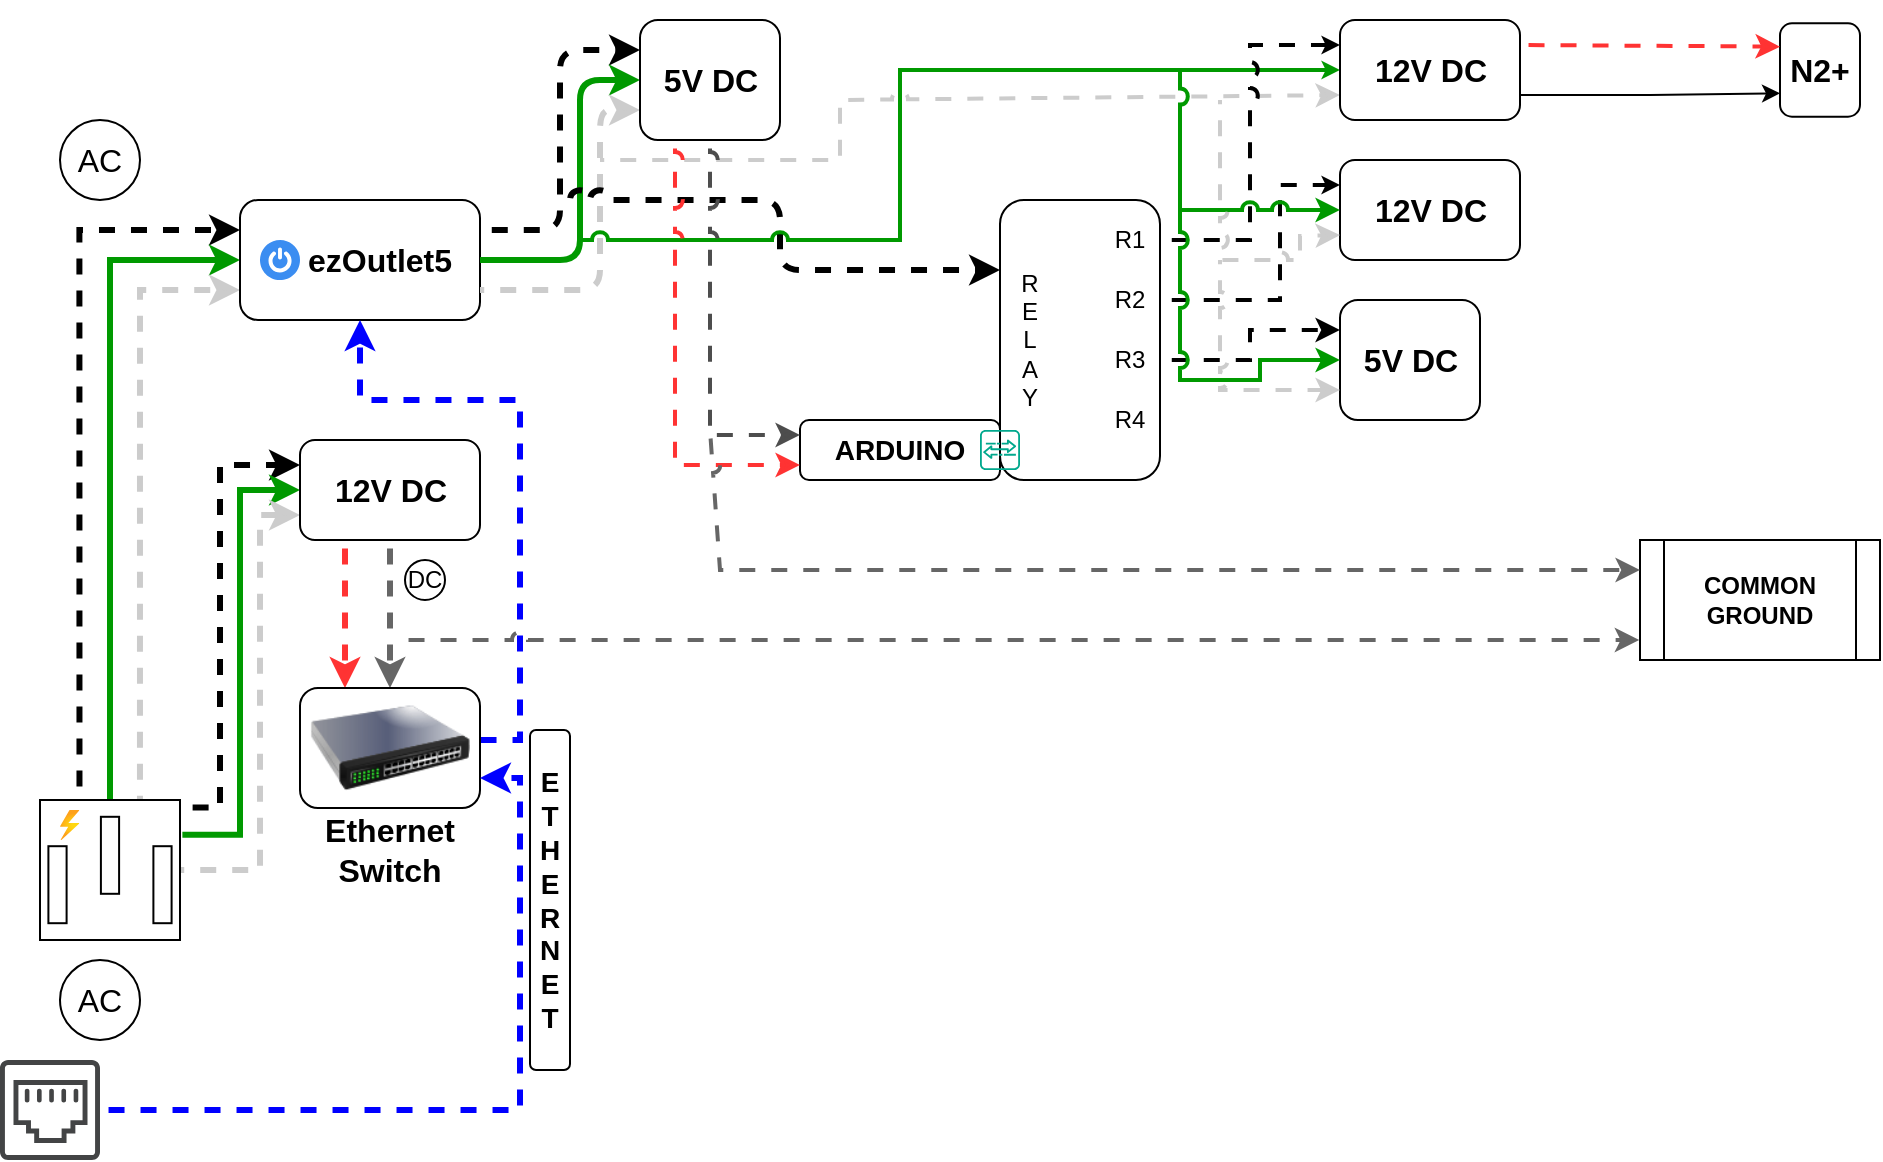
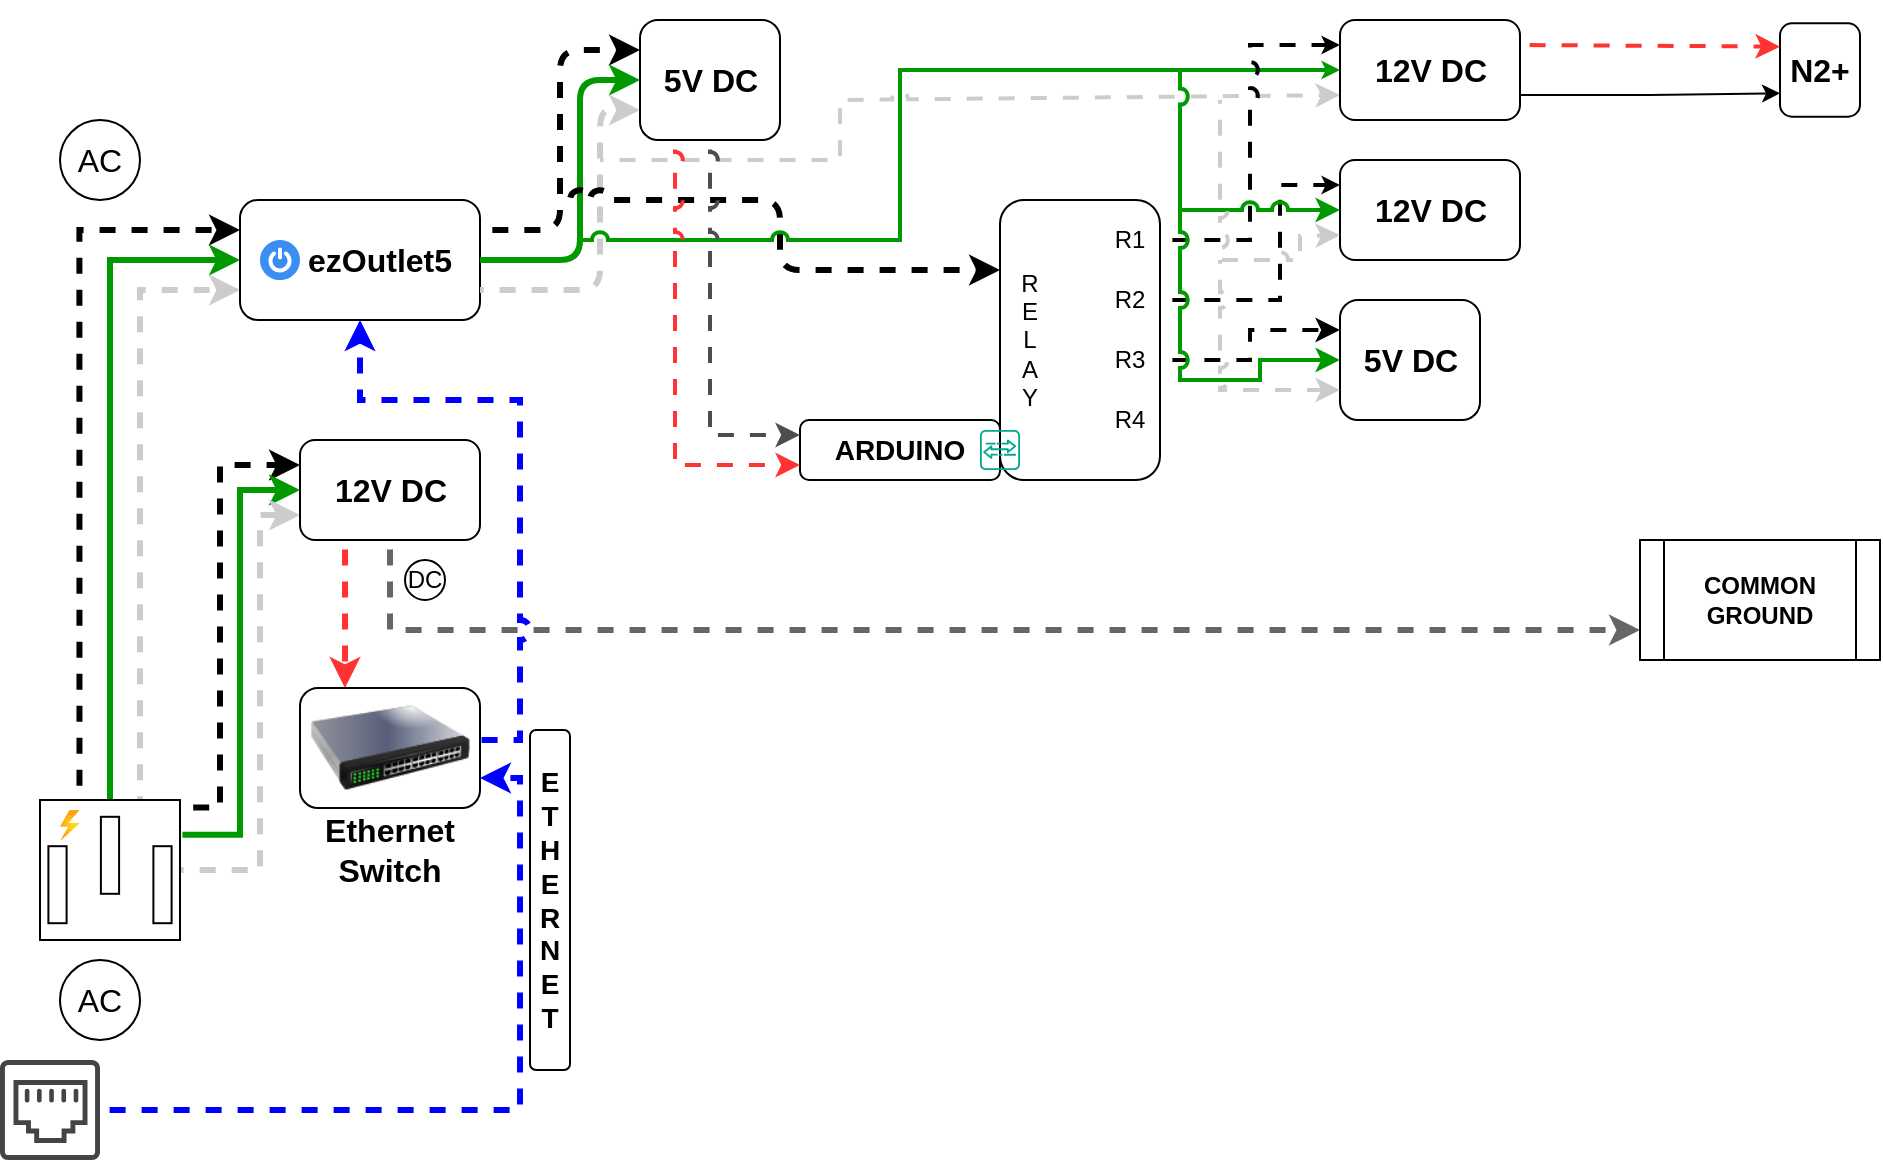
<mxfile host="app.diagrams.net" agent="Mozilla/5.0 (Windows NT 10.0; Win64; x64) AppleWebKit/537.36 (KHTML, like Gecko) Chrome/131.0.0.0 Safari/537.36 Edg/131.0.0.0" version="25.0.3">
  <diagram name="Page-1" id="VlRkN-xOVygPYa-iD9Ir">
    <mxGraphModel dx="724" dy="454" grid="1" gridSize="10" guides="1" tooltips="1" connect="1" arrows="1" fold="1" page="1" pageScale="1" pageWidth="1600" pageHeight="900" background="none" math="0" shadow="0">
      <root>
        <mxCell id="0" />
        <mxCell id="1" parent="0" />
        <mxCell id="JVLtuT8sySUBbFbLTn6r-3" style="edgeStyle=orthogonalEdgeStyle;rounded=0;orthogonalLoop=1;jettySize=auto;html=1;entryX=0;entryY=0.25;entryDx=0;entryDy=0;exitX=0.282;exitY=-0.013;exitDx=0;exitDy=0;exitPerimeter=0;strokeWidth=3;flowAnimation=1;flowAnimationDirection=alternate;flowAnimationTimingFunction=ease-in-out;flowAnimationDuration=1500;jumpStyle=arc;" parent="1" source="pD8juBFKP1GN8B8eYQTb-1" target="pD8juBFKP1GN8B8eYQTb-3" edge="1">
          <mxGeometry relative="1" as="geometry" />
        </mxCell>
        <mxCell id="JVLtuT8sySUBbFbLTn6r-4" style="edgeStyle=orthogonalEdgeStyle;rounded=0;orthogonalLoop=1;jettySize=auto;html=1;exitX=0.5;exitY=0;exitDx=0;exitDy=0;exitPerimeter=0;entryX=0;entryY=0.5;entryDx=0;entryDy=0;strokeColor=#009900;strokeWidth=3;jumpStyle=arc;" parent="1" source="pD8juBFKP1GN8B8eYQTb-1" target="pD8juBFKP1GN8B8eYQTb-3" edge="1">
          <mxGeometry relative="1" as="geometry" />
        </mxCell>
        <mxCell id="JVLtuT8sySUBbFbLTn6r-5" style="edgeStyle=orthogonalEdgeStyle;rounded=0;orthogonalLoop=1;jettySize=auto;html=1;entryX=0;entryY=0.75;entryDx=0;entryDy=0;exitX=0.714;exitY=0;exitDx=0;exitDy=0;exitPerimeter=0;strokeWidth=3;strokeColor=#CCCCCC;flowAnimation=1;flowAnimationDirection=alternate-reverse;flowAnimationTimingFunction=ease-in-out;flowAnimationDuration=1500;jumpStyle=arc;" parent="1" source="pD8juBFKP1GN8B8eYQTb-1" target="pD8juBFKP1GN8B8eYQTb-3" edge="1">
          <mxGeometry relative="1" as="geometry">
            <mxPoint x="120" y="320" as="targetPoint" />
          </mxGeometry>
        </mxCell>
        <mxCell id="JVLtuT8sySUBbFbLTn6r-6" style="edgeStyle=orthogonalEdgeStyle;rounded=0;orthogonalLoop=1;jettySize=auto;html=1;entryX=0;entryY=0.25;entryDx=0;entryDy=0;exitX=1.006;exitY=0.054;exitDx=0;exitDy=0;exitPerimeter=0;strokeWidth=3;flowAnimation=1;flowAnimationDirection=alternate;flowAnimationTimingFunction=ease-in-out;flowAnimationDuration=1500;jumpStyle=arc;" parent="1" source="pD8juBFKP1GN8B8eYQTb-1" target="pD8juBFKP1GN8B8eYQTb-24" edge="1">
          <mxGeometry relative="1" as="geometry">
            <Array as="points">
              <mxPoint x="120" y="404" />
              <mxPoint x="120" y="233" />
            </Array>
          </mxGeometry>
        </mxCell>
        <mxCell id="JVLtuT8sySUBbFbLTn6r-7" style="edgeStyle=orthogonalEdgeStyle;rounded=0;orthogonalLoop=1;jettySize=auto;html=1;entryX=0;entryY=0.5;entryDx=0;entryDy=0;exitX=1.017;exitY=0.249;exitDx=0;exitDy=0;exitPerimeter=0;strokeWidth=3;strokeColor=#009900;jumpStyle=arc;" parent="1" source="pD8juBFKP1GN8B8eYQTb-1" target="pD8juBFKP1GN8B8eYQTb-24" edge="1">
          <mxGeometry relative="1" as="geometry" />
        </mxCell>
        <mxCell id="JVLtuT8sySUBbFbLTn6r-8" style="edgeStyle=orthogonalEdgeStyle;rounded=0;orthogonalLoop=1;jettySize=auto;html=1;entryX=0;entryY=0.75;entryDx=0;entryDy=0;strokeColor=#CCCCCC;strokeWidth=3;flowAnimation=1;flowAnimationDirection=alternate-reverse;flowAnimationTimingFunction=ease-in-out;flowAnimationDuration=1500;jumpStyle=arc;" parent="1" source="pD8juBFKP1GN8B8eYQTb-1" target="pD8juBFKP1GN8B8eYQTb-24" edge="1">
          <mxGeometry relative="1" as="geometry">
            <Array as="points">
              <mxPoint x="140" y="435" />
              <mxPoint x="140" y="258" />
            </Array>
          </mxGeometry>
        </mxCell>
        <mxCell id="JVLtuT8sySUBbFbLTn6r-1" value="" style="group" parent="1" vertex="1" connectable="0">
          <mxGeometry x="30" y="480" width="60" height="40" as="geometry" />
        </mxCell>
        <mxCell id="pD8juBFKP1GN8B8eYQTb-22" value="AC" style="text;html=1;align=center;verticalAlign=middle;whiteSpace=wrap;rounded=0;fontSize=16;" parent="JVLtuT8sySUBbFbLTn6r-1" vertex="1">
          <mxGeometry y="5" width="60" height="30" as="geometry" />
        </mxCell>
        <mxCell id="pD8juBFKP1GN8B8eYQTb-23" value="" style="ellipse;whiteSpace=wrap;html=1;fillColor=none;" parent="JVLtuT8sySUBbFbLTn6r-1" vertex="1">
          <mxGeometry x="10" width="40" height="40" as="geometry" />
        </mxCell>
        <mxCell id="JVLtuT8sySUBbFbLTn6r-2" value="" style="group" parent="1" vertex="1" connectable="0">
          <mxGeometry x="30" y="60" width="60" height="40" as="geometry" />
        </mxCell>
        <mxCell id="pD8juBFKP1GN8B8eYQTb-9" value="" style="ellipse;whiteSpace=wrap;html=1;fillColor=none;" parent="JVLtuT8sySUBbFbLTn6r-2" vertex="1">
          <mxGeometry x="10" width="40" height="40" as="geometry" />
        </mxCell>
        <mxCell id="pD8juBFKP1GN8B8eYQTb-11" value="AC" style="text;html=1;align=center;verticalAlign=middle;whiteSpace=wrap;rounded=0;fontSize=16;" parent="JVLtuT8sySUBbFbLTn6r-2" vertex="1">
          <mxGeometry y="5" width="60" height="30" as="geometry" />
        </mxCell>
        <mxCell id="JVLtuT8sySUBbFbLTn6r-9" value="" style="group" parent="1" vertex="1" connectable="0">
          <mxGeometry x="130" y="100" width="120" height="60" as="geometry" />
        </mxCell>
        <mxCell id="JVLtuT8sySUBbFbLTn6r-16" value="" style="group" parent="JVLtuT8sySUBbFbLTn6r-9" vertex="1" connectable="0">
          <mxGeometry width="120" height="60" as="geometry" />
        </mxCell>
        <mxCell id="pD8juBFKP1GN8B8eYQTb-3" value="" style="rounded=1;whiteSpace=wrap;html=1;" parent="JVLtuT8sySUBbFbLTn6r-16" vertex="1">
          <mxGeometry width="120" height="60" as="geometry" />
        </mxCell>
        <mxCell id="JVLtuT8sySUBbFbLTn6r-13" value="" style="sketch=0;html=1;aspect=fixed;strokeColor=none;shadow=0;fillColor=#3B8DF1;verticalAlign=top;labelPosition=center;verticalLabelPosition=bottom;shape=mxgraph.gcp2.a7_power" parent="JVLtuT8sySUBbFbLTn6r-16" vertex="1">
          <mxGeometry x="10" y="20" width="20" height="20" as="geometry" />
        </mxCell>
        <mxCell id="pD8juBFKP1GN8B8eYQTb-15" value="&lt;b&gt;ezOutlet5&lt;/b&gt;" style="text;html=1;align=center;verticalAlign=middle;whiteSpace=wrap;rounded=0;fontSize=16;" parent="JVLtuT8sySUBbFbLTn6r-16" vertex="1">
          <mxGeometry x="40" y="10" width="60" height="40" as="geometry" />
        </mxCell>
        <mxCell id="JVLtuT8sySUBbFbLTn6r-11" value="" style="group" parent="1" vertex="1" connectable="0">
          <mxGeometry x="160" y="220" width="90" height="50" as="geometry" />
        </mxCell>
        <mxCell id="JVLtuT8sySUBbFbLTn6r-72" value="" style="group" parent="JVLtuT8sySUBbFbLTn6r-11" vertex="1" connectable="0">
          <mxGeometry width="90" height="50" as="geometry" />
        </mxCell>
        <mxCell id="pD8juBFKP1GN8B8eYQTb-24" value="" style="rounded=1;whiteSpace=wrap;html=1;" parent="JVLtuT8sySUBbFbLTn6r-72" vertex="1">
          <mxGeometry width="90" height="50" as="geometry" />
        </mxCell>
        <mxCell id="JVLtuT8sySUBbFbLTn6r-10" value="&lt;font style=&quot;font-size: 16px;&quot;&gt;&lt;b&gt;12V DC&lt;/b&gt;&lt;/font&gt;" style="text;html=1;align=center;verticalAlign=middle;whiteSpace=wrap;rounded=0;" parent="JVLtuT8sySUBbFbLTn6r-72" vertex="1">
          <mxGeometry x="15.75" y="10" width="58.5" height="30" as="geometry" />
        </mxCell>
        <mxCell id="JVLtuT8sySUBbFbLTn6r-18" value="" style="group" parent="1" vertex="1" connectable="0">
          <mxGeometry x="30" y="400" width="70" height="70" as="geometry" />
        </mxCell>
        <mxCell id="pD8juBFKP1GN8B8eYQTb-1" value="" style="pointerEvents=1;verticalLabelPosition=bottom;shadow=0;dashed=0;align=center;html=1;verticalAlign=top;shape=mxgraph.electrical.miscellaneous.ac_out" parent="JVLtuT8sySUBbFbLTn6r-18" vertex="1">
          <mxGeometry width="70" height="70" as="geometry" />
        </mxCell>
        <mxCell id="JVLtuT8sySUBbFbLTn6r-12" value="" style="image;aspect=fixed;html=1;points=[];align=center;fontSize=12;image=img/lib/azure2/general/Power.svg;" parent="JVLtuT8sySUBbFbLTn6r-18" vertex="1">
          <mxGeometry x="10" y="5" width="9.72" height="15" as="geometry" />
        </mxCell>
        <mxCell id="JVLtuT8sySUBbFbLTn6r-23" style="edgeStyle=orthogonalEdgeStyle;rounded=0;orthogonalLoop=1;jettySize=auto;html=1;entryX=0.25;entryY=0;entryDx=0;entryDy=0;exitX=0.25;exitY=1;exitDx=0;exitDy=0;strokeColor=#FF3333;strokeWidth=3;flowAnimation=1;jumpStyle=arc;" parent="1" source="pD8juBFKP1GN8B8eYQTb-24" target="JVLtuT8sySUBbFbLTn6r-19" edge="1">
          <mxGeometry relative="1" as="geometry" />
        </mxCell>
        <mxCell id="JVLtuT8sySUBbFbLTn6r-28" value="" style="group" parent="1" vertex="1" connectable="0">
          <mxGeometry x="210" y="280" width="25" height="20" as="geometry" />
        </mxCell>
        <mxCell id="JVLtuT8sySUBbFbLTn6r-26" value="" style="ellipse;whiteSpace=wrap;html=1;aspect=fixed;" parent="JVLtuT8sySUBbFbLTn6r-28" vertex="1">
          <mxGeometry x="2.5" width="20" height="20" as="geometry" />
        </mxCell>
        <mxCell id="JVLtuT8sySUBbFbLTn6r-27" value="&lt;font&gt;DC&lt;/font&gt;" style="text;html=1;align=center;verticalAlign=middle;whiteSpace=wrap;rounded=0;" parent="JVLtuT8sySUBbFbLTn6r-28" vertex="1">
          <mxGeometry y="2.5" width="25" height="15" as="geometry" />
        </mxCell>
-         <mxCell id="JVLtuT8sySUBbFbLTn6r-29" style="edgeStyle=orthogonalEdgeStyle;rounded=0;orthogonalLoop=1;jettySize=auto;html=1;exitX=0.5;exitY=1;exitDx=0;exitDy=0;entryX=0.5;entryY=0;entryDx=0;entryDy=0;strokeWidth=3;flowAnimation=1;strokeColor=#666666;jumpStyle=arc;" parent="1" source="pD8juBFKP1GN8B8eYQTb-24" target="JVLtuT8sySUBbFbLTn6r-19" edge="1">
-           <mxGeometry relative="1" as="geometry" />
+         <mxCell id="JVLtuT8sySUBbFbLTn6r-29" style="edgeStyle=orthogonalEdgeStyle;rounded=0;orthogonalLoop=1;jettySize=auto;html=1;exitX=0.5;exitY=1;exitDx=0;exitDy=0;strokeWidth=3;flowAnimation=1;strokeColor=#666666;jumpStyle=arc;entryX=0;entryY=0.75;entryDx=0;entryDy=0;" parent="1" source="pD8juBFKP1GN8B8eYQTb-24" target="0aRQkGjj-KWWZOeJOGup-9" edge="1">
+           <mxGeometry relative="1" as="geometry">
+             <mxPoint x="810" y="370" as="targetPoint" />
+           </mxGeometry>
        </mxCell>
        <mxCell id="JVLtuT8sySUBbFbLTn6r-30" style="edgeStyle=orthogonalEdgeStyle;rounded=0;orthogonalLoop=1;jettySize=auto;html=1;exitX=1;exitY=0.5;exitDx=0;exitDy=0;entryX=0.5;entryY=1;entryDx=0;entryDy=0;strokeColor=#0000FF;strokeWidth=3;flowAnimation=1;jumpStyle=arc;" parent="1" source="JVLtuT8sySUBbFbLTn6r-19" target="pD8juBFKP1GN8B8eYQTb-3" edge="1">
          <mxGeometry relative="1" as="geometry">
            <Array as="points">
              <mxPoint x="270" y="370" />
              <mxPoint x="270" y="200" />
              <mxPoint x="190" y="200" />
            </Array>
          </mxGeometry>
        </mxCell>
        <mxCell id="JVLtuT8sySUBbFbLTn6r-33" value="" style="rounded=1;whiteSpace=wrap;html=1;" parent="1" vertex="1">
          <mxGeometry x="510" y="100" width="80" height="140" as="geometry" />
        </mxCell>
        <mxCell id="JVLtuT8sySUBbFbLTn6r-35" style="edgeStyle=orthogonalEdgeStyle;rounded=1;orthogonalLoop=1;jettySize=auto;html=1;exitX=1;exitY=0.25;exitDx=0;exitDy=0;entryX=0;entryY=0.25;entryDx=0;entryDy=0;curved=0;strokeWidth=3;flowAnimation=1;flowAnimationDirection=alternate;flowAnimationTimingFunction=ease-in-out;flowAnimationDuration=1500;jumpStyle=arc;" parent="1" source="pD8juBFKP1GN8B8eYQTb-3" target="JVLtuT8sySUBbFbLTn6r-34" edge="1">
          <mxGeometry relative="1" as="geometry" />
        </mxCell>
        <mxCell id="JVLtuT8sySUBbFbLTn6r-36" style="edgeStyle=orthogonalEdgeStyle;rounded=1;orthogonalLoop=1;jettySize=auto;html=1;exitX=1;exitY=0.5;exitDx=0;exitDy=0;entryX=0;entryY=0.5;entryDx=0;entryDy=0;curved=0;strokeWidth=3;strokeColor=#009900;jumpStyle=arc;" parent="1" source="pD8juBFKP1GN8B8eYQTb-3" target="JVLtuT8sySUBbFbLTn6r-34" edge="1">
          <mxGeometry relative="1" as="geometry">
            <Array as="points">
              <mxPoint x="300" y="130" />
              <mxPoint x="300" y="40" />
            </Array>
          </mxGeometry>
        </mxCell>
        <mxCell id="JVLtuT8sySUBbFbLTn6r-37" style="edgeStyle=orthogonalEdgeStyle;rounded=1;orthogonalLoop=1;jettySize=auto;html=1;exitX=1;exitY=0.75;exitDx=0;exitDy=0;entryX=0;entryY=0.75;entryDx=0;entryDy=0;curved=0;strokeColor=#CCCCCC;strokeWidth=3;flowAnimation=1;flowAnimationDirection=alternate-reverse;flowAnimationTimingFunction=ease-in-out;flowAnimationDuration=1500;jumpStyle=arc;" parent="1" source="pD8juBFKP1GN8B8eYQTb-3" target="JVLtuT8sySUBbFbLTn6r-34" edge="1">
          <mxGeometry relative="1" as="geometry">
            <Array as="points">
              <mxPoint x="310" y="145" />
              <mxPoint x="310" y="55" />
            </Array>
          </mxGeometry>
        </mxCell>
        <mxCell id="JVLtuT8sySUBbFbLTn6r-40" value="" style="endArrow=classic;html=1;rounded=1;curved=0;entryX=0;entryY=0.25;entryDx=0;entryDy=0;jumpStyle=arc;strokeWidth=3;flowAnimation=1;flowAnimationDirection=alternate;flowAnimationTimingFunction=ease-in-out;flowAnimationDuration=1500;" parent="1" target="JVLtuT8sySUBbFbLTn6r-33" edge="1">
          <mxGeometry width="50" height="50" relative="1" as="geometry">
            <mxPoint x="290" y="100" as="sourcePoint" />
            <mxPoint x="410" y="170" as="targetPoint" />
            <Array as="points">
              <mxPoint x="400" y="100" />
              <mxPoint x="400" y="135" />
            </Array>
          </mxGeometry>
        </mxCell>
        <mxCell id="JVLtuT8sySUBbFbLTn6r-51" value="" style="group" parent="1" vertex="1" connectable="0">
          <mxGeometry x="160" y="344" width="90" height="96" as="geometry" />
        </mxCell>
        <mxCell id="JVLtuT8sySUBbFbLTn6r-21" value="" style="group" parent="JVLtuT8sySUBbFbLTn6r-51" vertex="1" connectable="0">
          <mxGeometry width="90" height="70" as="geometry" />
        </mxCell>
        <mxCell id="JVLtuT8sySUBbFbLTn6r-50" value="" style="group" parent="JVLtuT8sySUBbFbLTn6r-21" vertex="1" connectable="0">
          <mxGeometry width="90" height="70" as="geometry" />
        </mxCell>
        <mxCell id="JVLtuT8sySUBbFbLTn6r-19" value="" style="rounded=1;whiteSpace=wrap;html=1;" parent="JVLtuT8sySUBbFbLTn6r-50" vertex="1">
          <mxGeometry width="90" height="60" as="geometry" />
        </mxCell>
        <mxCell id="JVLtuT8sySUBbFbLTn6r-49" value="" style="image;html=1;image=img/lib/clip_art/networking/Switch_128x128.png" parent="JVLtuT8sySUBbFbLTn6r-50" vertex="1">
          <mxGeometry x="5" y="-10" width="80" height="80" as="geometry" />
        </mxCell>
        <mxCell id="JVLtuT8sySUBbFbLTn6r-20" value="&lt;b&gt;&lt;font style=&quot;font-size: 16px;&quot;&gt;Ethernet&lt;/font&gt;&lt;/b&gt;&lt;div&gt;&lt;b&gt;&lt;font style=&quot;font-size: 16px;&quot;&gt;Switch&lt;/font&gt;&lt;/b&gt;&lt;/div&gt;" style="text;html=1;align=center;verticalAlign=middle;whiteSpace=wrap;rounded=0;" parent="JVLtuT8sySUBbFbLTn6r-51" vertex="1">
          <mxGeometry x="15" y="66" width="60" height="30" as="geometry" />
        </mxCell>
        <mxCell id="JVLtuT8sySUBbFbLTn6r-53" value="" style="group" parent="1" vertex="1" connectable="0">
          <mxGeometry x="330" y="10" width="70" height="60" as="geometry" />
        </mxCell>
        <mxCell id="JVLtuT8sySUBbFbLTn6r-71" value="" style="group" parent="JVLtuT8sySUBbFbLTn6r-53" vertex="1" connectable="0">
          <mxGeometry width="70" height="60" as="geometry" />
        </mxCell>
        <mxCell id="JVLtuT8sySUBbFbLTn6r-34" value="" style="rounded=1;whiteSpace=wrap;html=1;" parent="JVLtuT8sySUBbFbLTn6r-71" vertex="1">
          <mxGeometry width="70" height="60" as="geometry" />
        </mxCell>
        <mxCell id="JVLtuT8sySUBbFbLTn6r-52" value="&lt;font style=&quot;font-size: 16px;&quot;&gt;&lt;b&gt;5&lt;/b&gt;&lt;/font&gt;&lt;b style=&quot;font-size: 16px; background-color: initial;&quot;&gt;V DC&lt;/b&gt;" style="text;html=1;align=center;verticalAlign=middle;whiteSpace=wrap;rounded=0;" parent="JVLtuT8sySUBbFbLTn6r-71" vertex="1">
          <mxGeometry x="5.75" y="15" width="58.5" height="30" as="geometry" />
        </mxCell>
        <mxCell id="JVLtuT8sySUBbFbLTn6r-54" value="" style="endArrow=classic;html=1;rounded=0;entryX=0;entryY=0.5;entryDx=0;entryDy=0;jumpStyle=arc;strokeColor=#009900;strokeWidth=2;endSize=3;" parent="1" target="JVLtuT8sySUBbFbLTn6r-74" edge="1">
          <mxGeometry width="50" height="50" relative="1" as="geometry">
            <mxPoint x="300" y="120" as="sourcePoint" />
            <mxPoint x="350" y="80" as="targetPoint" />
            <Array as="points">
              <mxPoint x="460" y="120" />
              <mxPoint x="460" y="35" />
            </Array>
          </mxGeometry>
        </mxCell>
        <mxCell id="JVLtuT8sySUBbFbLTn6r-55" value="" style="endArrow=classic;html=1;rounded=0;entryX=0;entryY=0.75;entryDx=0;entryDy=0;strokeColor=#CCCCCC;strokeWidth=2;jumpStyle=arc;flowAnimation=1;flowAnimationDirection=alternate-reverse;flowAnimationTimingFunction=ease-in-out;flowAnimationDuration=1500;" parent="1" target="JVLtuT8sySUBbFbLTn6r-74" edge="1">
          <mxGeometry width="50" height="50" relative="1" as="geometry">
            <mxPoint x="310" y="80" as="sourcePoint" />
            <mxPoint x="350" y="140" as="targetPoint" />
            <Array as="points">
              <mxPoint x="430" y="80" />
              <mxPoint x="430" y="50" />
              <mxPoint x="520" y="50" />
            </Array>
          </mxGeometry>
        </mxCell>
        <mxCell id="JVLtuT8sySUBbFbLTn6r-56" value="R&lt;div&gt;E&lt;/div&gt;&lt;div&gt;L&lt;/div&gt;&lt;div&gt;A&lt;/div&gt;&lt;div&gt;Y&lt;/div&gt;" style="text;html=1;align=center;verticalAlign=middle;whiteSpace=wrap;rounded=0;" parent="1" vertex="1">
          <mxGeometry x="510" y="135" width="30" height="70" as="geometry" />
        </mxCell>
        <mxCell id="JVLtuT8sySUBbFbLTn6r-79" style="edgeStyle=orthogonalEdgeStyle;rounded=0;orthogonalLoop=1;jettySize=auto;html=1;exitX=1;exitY=0.5;exitDx=0;exitDy=0;entryX=0;entryY=0.25;entryDx=0;entryDy=0;strokeWidth=2;flowAnimation=1;flowAnimationDirection=alternate;flowAnimationTimingFunction=ease-in-out;flowAnimationDuration=1500;jumpStyle=arc;endSize=3;" parent="1" source="JVLtuT8sySUBbFbLTn6r-57" target="JVLtuT8sySUBbFbLTn6r-74" edge="1">
          <mxGeometry relative="1" as="geometry" />
        </mxCell>
        <mxCell id="JVLtuT8sySUBbFbLTn6r-57" value="R1" style="text;html=1;align=center;verticalAlign=middle;whiteSpace=wrap;rounded=0;" parent="1" vertex="1">
          <mxGeometry x="560" y="105" width="30" height="30" as="geometry" />
        </mxCell>
        <mxCell id="JVLtuT8sySUBbFbLTn6r-80" style="edgeStyle=orthogonalEdgeStyle;rounded=0;orthogonalLoop=1;jettySize=auto;html=1;exitX=1;exitY=0.5;exitDx=0;exitDy=0;entryX=0;entryY=0.25;entryDx=0;entryDy=0;strokeWidth=2;flowAnimation=1;flowAnimationDirection=alternate;flowAnimationTimingFunction=ease-in-out;flowAnimationDuration=1500;endSize=3;jumpStyle=arc;" parent="1" source="JVLtuT8sySUBbFbLTn6r-58" target="JVLtuT8sySUBbFbLTn6r-77" edge="1">
          <mxGeometry relative="1" as="geometry">
            <Array as="points">
              <mxPoint x="650" y="150" />
              <mxPoint x="650" y="93" />
            </Array>
          </mxGeometry>
        </mxCell>
        <mxCell id="JVLtuT8sySUBbFbLTn6r-58" value="R2" style="text;html=1;align=center;verticalAlign=middle;whiteSpace=wrap;rounded=0;" parent="1" vertex="1">
          <mxGeometry x="560" y="135" width="30" height="30" as="geometry" />
        </mxCell>
        <mxCell id="JVLtuT8sySUBbFbLTn6r-81" style="edgeStyle=orthogonalEdgeStyle;rounded=0;orthogonalLoop=1;jettySize=auto;html=1;exitX=1;exitY=0.5;exitDx=0;exitDy=0;entryX=0;entryY=0.25;entryDx=0;entryDy=0;strokeWidth=2;flowAnimation=1;flowAnimationDirection=alternate;flowAnimationTimingFunction=ease-in-out;flowAnimationDuration=1500;jumpStyle=arc;" parent="1" source="JVLtuT8sySUBbFbLTn6r-59" target="JVLtuT8sySUBbFbLTn6r-63" edge="1">
          <mxGeometry relative="1" as="geometry" />
        </mxCell>
        <mxCell id="JVLtuT8sySUBbFbLTn6r-59" value="R3" style="text;html=1;align=center;verticalAlign=middle;whiteSpace=wrap;rounded=0;" parent="1" vertex="1">
          <mxGeometry x="560" y="165" width="30" height="30" as="geometry" />
        </mxCell>
        <mxCell id="JVLtuT8sySUBbFbLTn6r-60" value="R4" style="text;html=1;align=center;verticalAlign=middle;whiteSpace=wrap;rounded=0;" parent="1" vertex="1">
          <mxGeometry x="560" y="195" width="30" height="30" as="geometry" />
        </mxCell>
        <mxCell id="JVLtuT8sySUBbFbLTn6r-67" value="" style="group" parent="1" vertex="1" connectable="0">
          <mxGeometry x="680" y="150" width="70" height="60" as="geometry" />
        </mxCell>
        <mxCell id="JVLtuT8sySUBbFbLTn6r-63" value="" style="rounded=1;whiteSpace=wrap;html=1;" parent="JVLtuT8sySUBbFbLTn6r-67" vertex="1">
          <mxGeometry width="70" height="60" as="geometry" />
        </mxCell>
        <mxCell id="JVLtuT8sySUBbFbLTn6r-62" value="" style="group" parent="JVLtuT8sySUBbFbLTn6r-67" vertex="1" connectable="0">
          <mxGeometry width="70" height="60" as="geometry" />
        </mxCell>
        <mxCell id="JVLtuT8sySUBbFbLTn6r-64" value="&lt;font style=&quot;font-size: 16px;&quot;&gt;&lt;b&gt;5&lt;/b&gt;&lt;/font&gt;&lt;b style=&quot;font-size: 16px; background-color: initial;&quot;&gt;V DC&lt;/b&gt;" style="text;html=1;align=center;verticalAlign=middle;whiteSpace=wrap;rounded=0;" parent="JVLtuT8sySUBbFbLTn6r-62" vertex="1">
          <mxGeometry x="5.75" y="15" width="58.5" height="30" as="geometry" />
        </mxCell>
        <mxCell id="JVLtuT8sySUBbFbLTn6r-73" value="" style="group" parent="1" vertex="1" connectable="0">
          <mxGeometry x="680" y="10" width="90" height="50" as="geometry" />
        </mxCell>
        <mxCell id="JVLtuT8sySUBbFbLTn6r-74" value="" style="rounded=1;whiteSpace=wrap;html=1;" parent="JVLtuT8sySUBbFbLTn6r-73" vertex="1">
          <mxGeometry width="90" height="50" as="geometry" />
        </mxCell>
        <mxCell id="JVLtuT8sySUBbFbLTn6r-75" value="&lt;font style=&quot;font-size: 16px;&quot;&gt;&lt;b&gt;12V DC&lt;/b&gt;&lt;/font&gt;" style="text;html=1;align=center;verticalAlign=middle;whiteSpace=wrap;rounded=0;" parent="JVLtuT8sySUBbFbLTn6r-73" vertex="1">
          <mxGeometry x="15.75" y="10" width="58.5" height="30" as="geometry" />
        </mxCell>
        <mxCell id="JVLtuT8sySUBbFbLTn6r-76" value="" style="group" parent="1" vertex="1" connectable="0">
          <mxGeometry x="680" y="80" width="90" height="50" as="geometry" />
        </mxCell>
        <mxCell id="JVLtuT8sySUBbFbLTn6r-77" value="" style="rounded=1;whiteSpace=wrap;html=1;" parent="JVLtuT8sySUBbFbLTn6r-76" vertex="1">
          <mxGeometry width="90" height="50" as="geometry" />
        </mxCell>
        <mxCell id="JVLtuT8sySUBbFbLTn6r-78" value="&lt;font style=&quot;font-size: 16px;&quot;&gt;&lt;b&gt;12V DC&lt;/b&gt;&lt;/font&gt;" style="text;html=1;align=center;verticalAlign=middle;whiteSpace=wrap;rounded=0;" parent="JVLtuT8sySUBbFbLTn6r-76" vertex="1">
          <mxGeometry x="15.75" y="10" width="58.5" height="30" as="geometry" />
        </mxCell>
        <mxCell id="JVLtuT8sySUBbFbLTn6r-82" value="" style="endArrow=classic;html=1;rounded=0;entryX=0;entryY=0.5;entryDx=0;entryDy=0;jumpStyle=arc;strokeColor=#009900;strokeWidth=2;" parent="1" target="JVLtuT8sySUBbFbLTn6r-77" edge="1">
          <mxGeometry width="50" height="50" relative="1" as="geometry">
            <mxPoint x="600" y="35" as="sourcePoint" />
            <mxPoint x="660" y="105" as="targetPoint" />
            <Array as="points">
              <mxPoint x="600" y="105" />
            </Array>
          </mxGeometry>
        </mxCell>
        <mxCell id="JVLtuT8sySUBbFbLTn6r-83" value="" style="endArrow=classic;html=1;rounded=0;entryX=0;entryY=0.75;entryDx=0;entryDy=0;strokeWidth=2;strokeColor=#CCCCCC;flowAnimation=1;flowAnimationTimingFunction=ease-in-out;flowAnimationDirection=alternate-reverse;jumpStyle=arc;flowAnimationDuration=1500;" parent="1" target="JVLtuT8sySUBbFbLTn6r-77" edge="1">
          <mxGeometry width="50" height="50" relative="1" as="geometry">
            <mxPoint x="620" y="50" as="sourcePoint" />
            <mxPoint x="480" y="40" as="targetPoint" />
            <Array as="points">
              <mxPoint x="620" y="130" />
              <mxPoint x="660" y="130" />
              <mxPoint x="660" y="118" />
            </Array>
          </mxGeometry>
        </mxCell>
        <mxCell id="JVLtuT8sySUBbFbLTn6r-88" value="" style="endArrow=classic;html=1;rounded=0;entryX=0;entryY=0.5;entryDx=0;entryDy=0;strokeColor=#009900;strokeWidth=2;jumpStyle=arc;" parent="1" target="JVLtuT8sySUBbFbLTn6r-63" edge="1">
          <mxGeometry width="50" height="50" relative="1" as="geometry">
            <mxPoint x="600" y="100" as="sourcePoint" />
            <mxPoint x="600" y="140" as="targetPoint" />
            <Array as="points">
              <mxPoint x="600" y="190" />
              <mxPoint x="640" y="190" />
              <mxPoint x="640" y="180" />
            </Array>
          </mxGeometry>
        </mxCell>
        <mxCell id="JVLtuT8sySUBbFbLTn6r-89" value="" style="endArrow=classic;html=1;rounded=0;entryX=0;entryY=0.75;entryDx=0;entryDy=0;strokeWidth=2;strokeColor=#CCCCCC;flowAnimation=1;jumpStyle=arc;flowAnimationTimingFunction=ease-in-out;flowAnimationDirection=alternate-reverse;flowAnimationDuration=1500;" parent="1" target="JVLtuT8sySUBbFbLTn6r-63" edge="1">
          <mxGeometry width="50" height="50" relative="1" as="geometry">
            <mxPoint x="620" y="130" as="sourcePoint" />
            <mxPoint x="600" y="100" as="targetPoint" />
            <Array as="points">
              <mxPoint x="620" y="195" />
            </Array>
          </mxGeometry>
        </mxCell>
        <mxCell id="JVLtuT8sySUBbFbLTn6r-90" value="&lt;b&gt;&lt;font style=&quot;font-size: 14px;&quot;&gt;ARDUINO&lt;/font&gt;&lt;/b&gt;" style="rounded=1;whiteSpace=wrap;html=1;" parent="1" vertex="1">
          <mxGeometry x="410" y="210" width="100" height="30" as="geometry" />
        </mxCell>
        <mxCell id="JVLtuT8sySUBbFbLTn6r-91" style="edgeStyle=orthogonalEdgeStyle;rounded=0;orthogonalLoop=1;jettySize=auto;html=1;exitX=0.25;exitY=1;exitDx=0;exitDy=0;entryX=0;entryY=0.75;entryDx=0;entryDy=0;strokeWidth=2;flowAnimation=1;strokeColor=#FF3333;jumpStyle=arc;" parent="1" source="JVLtuT8sySUBbFbLTn6r-34" target="JVLtuT8sySUBbFbLTn6r-90" edge="1">
          <mxGeometry relative="1" as="geometry" />
        </mxCell>
        <mxCell id="JVLtuT8sySUBbFbLTn6r-92" style="edgeStyle=orthogonalEdgeStyle;rounded=0;orthogonalLoop=1;jettySize=auto;html=1;exitX=0.5;exitY=1;exitDx=0;exitDy=0;entryX=0;entryY=0.25;entryDx=0;entryDy=0;strokeWidth=2;flowAnimation=1;strokeColor=#4D4D4D;jumpStyle=arc;" parent="1" source="JVLtuT8sySUBbFbLTn6r-34" target="JVLtuT8sySUBbFbLTn6r-90" edge="1">
          <mxGeometry relative="1" as="geometry" />
        </mxCell>
        <mxCell id="JVLtuT8sySUBbFbLTn6r-93" value="" style="sketch=0;outlineConnect=0;fontColor=#232F3E;gradientColor=none;fillColor=#01A88D;strokeColor=none;dashed=0;verticalLabelPosition=bottom;verticalAlign=top;align=center;html=1;fontSize=12;fontStyle=0;aspect=fixed;shape=mxgraph.aws4.agent2;" parent="1" vertex="1">
          <mxGeometry x="500" y="215" width="20" height="20" as="geometry" />
        </mxCell>
        <mxCell id="0aRQkGjj-KWWZOeJOGup-1" value="" style="endArrow=classic;html=1;rounded=0;entryX=1;entryY=0.75;entryDx=0;entryDy=0;strokeWidth=3;strokeColor=#0000FF;flowAnimation=1;jumpStyle=arc;" edge="1" parent="1" source="0aRQkGjj-KWWZOeJOGup-3" target="JVLtuT8sySUBbFbLTn6r-19">
          <mxGeometry width="50" height="50" relative="1" as="geometry">
            <mxPoint x="40" y="560" as="sourcePoint" />
            <mxPoint x="560" y="420" as="targetPoint" />
            <Array as="points">
              <mxPoint x="270" y="555" />
              <mxPoint x="270" y="389" />
            </Array>
          </mxGeometry>
        </mxCell>
        <mxCell id="0aRQkGjj-KWWZOeJOGup-2" value="" style="group" vertex="1" connectable="0" parent="1">
          <mxGeometry x="270" y="365" width="30" height="170" as="geometry" />
        </mxCell>
        <mxCell id="JVLtuT8sySUBbFbLTn6r-31" value="" style="rounded=1;whiteSpace=wrap;html=1;" parent="0aRQkGjj-KWWZOeJOGup-2" vertex="1">
          <mxGeometry x="5" width="20" height="170" as="geometry" />
        </mxCell>
        <mxCell id="JVLtuT8sySUBbFbLTn6r-32" value="&lt;b&gt;&lt;font style=&quot;font-size: 14px;&quot;&gt;E&lt;/font&gt;&lt;/b&gt;&lt;div&gt;&lt;b&gt;&lt;font style=&quot;font-size: 14px;&quot;&gt;T&lt;/font&gt;&lt;/b&gt;&lt;/div&gt;&lt;div&gt;&lt;b&gt;&lt;font style=&quot;font-size: 14px;&quot;&gt;H&lt;/font&gt;&lt;/b&gt;&lt;/div&gt;&lt;div&gt;&lt;b&gt;&lt;font style=&quot;font-size: 14px;&quot;&gt;E&lt;/font&gt;&lt;/b&gt;&lt;/div&gt;&lt;div&gt;&lt;b&gt;&lt;font style=&quot;font-size: 14px;&quot;&gt;R&lt;/font&gt;&lt;/b&gt;&lt;/div&gt;&lt;div&gt;&lt;b&gt;&lt;font style=&quot;font-size: 14px;&quot;&gt;N&lt;/font&gt;&lt;/b&gt;&lt;/div&gt;&lt;div&gt;&lt;b&gt;&lt;font style=&quot;font-size: 14px;&quot;&gt;E&lt;/font&gt;&lt;/b&gt;&lt;/div&gt;&lt;div&gt;&lt;b&gt;&lt;font style=&quot;font-size: 14px;&quot;&gt;T&lt;/font&gt;&lt;/b&gt;&lt;/div&gt;" style="text;html=1;align=center;verticalAlign=middle;whiteSpace=wrap;rounded=0;" parent="0aRQkGjj-KWWZOeJOGup-2" vertex="1">
          <mxGeometry y="10" width="30" height="150" as="geometry" />
        </mxCell>
        <mxCell id="0aRQkGjj-KWWZOeJOGup-3" value="" style="sketch=0;pointerEvents=1;shadow=0;dashed=0;html=1;strokeColor=none;fillColor=#434445;aspect=fixed;labelPosition=center;verticalLabelPosition=bottom;verticalAlign=top;align=center;outlineConnect=0;shape=mxgraph.vvd.ethernet_port;" vertex="1" parent="1">
          <mxGeometry x="10" y="530" width="50" height="50" as="geometry" />
        </mxCell>
        <mxCell id="0aRQkGjj-KWWZOeJOGup-6" value="" style="group" vertex="1" connectable="0" parent="1">
          <mxGeometry x="890" width="60" height="70" as="geometry" />
        </mxCell>
        <mxCell id="0aRQkGjj-KWWZOeJOGup-4" value="" style="rounded=1;whiteSpace=wrap;html=1;" vertex="1" parent="0aRQkGjj-KWWZOeJOGup-6">
          <mxGeometry x="10" y="11.666666666666668" width="40" height="46.66666666666667" as="geometry" />
        </mxCell>
        <mxCell id="0aRQkGjj-KWWZOeJOGup-5" value="&lt;b&gt;&lt;font style=&quot;font-size: 16px;&quot;&gt;N2+&lt;/font&gt;&lt;/b&gt;" style="text;html=1;align=center;verticalAlign=middle;whiteSpace=wrap;rounded=0;" vertex="1" parent="0aRQkGjj-KWWZOeJOGup-6">
          <mxGeometry x="10" y="11.666666666666668" width="40" height="46.66666666666667" as="geometry" />
        </mxCell>
        <mxCell id="0aRQkGjj-KWWZOeJOGup-7" style="edgeStyle=orthogonalEdgeStyle;rounded=0;orthogonalLoop=1;jettySize=auto;html=1;exitX=1;exitY=0.25;exitDx=0;exitDy=0;entryX=0;entryY=0.25;entryDx=0;entryDy=0;strokeWidth=2;jumpStyle=arc;flowAnimation=1;strokeColor=#FF3333;" edge="1" parent="1" source="JVLtuT8sySUBbFbLTn6r-74" target="0aRQkGjj-KWWZOeJOGup-5">
          <mxGeometry relative="1" as="geometry" />
        </mxCell>
        <mxCell id="0aRQkGjj-KWWZOeJOGup-8" style="edgeStyle=orthogonalEdgeStyle;rounded=0;orthogonalLoop=1;jettySize=auto;html=1;exitX=1;exitY=0.75;exitDx=0;exitDy=0;entryX=0;entryY=0.75;entryDx=0;entryDy=0;" edge="1" parent="1" source="JVLtuT8sySUBbFbLTn6r-74" target="0aRQkGjj-KWWZOeJOGup-5">
          <mxGeometry relative="1" as="geometry" />
        </mxCell>
        <mxCell id="0aRQkGjj-KWWZOeJOGup-11" value="" style="group" vertex="1" connectable="0" parent="1">
          <mxGeometry x="830" y="270" width="120" height="60" as="geometry" />
        </mxCell>
        <mxCell id="0aRQkGjj-KWWZOeJOGup-9" value="" style="shape=process;whiteSpace=wrap;html=1;backgroundOutline=1;" vertex="1" parent="0aRQkGjj-KWWZOeJOGup-11">
          <mxGeometry width="120" height="60" as="geometry" />
        </mxCell>
        <mxCell id="0aRQkGjj-KWWZOeJOGup-10" value="&lt;b&gt;COMMON&lt;/b&gt;&lt;div&gt;&lt;b&gt;GROUND&lt;/b&gt;&lt;/div&gt;" style="text;html=1;align=center;verticalAlign=middle;whiteSpace=wrap;rounded=0;" vertex="1" parent="0aRQkGjj-KWWZOeJOGup-11">
          <mxGeometry x="30" y="15" width="60" height="30" as="geometry" />
-         </mxCell>
-         <mxCell id="0aRQkGjj-KWWZOeJOGup-12" value="" style="endArrow=classic;html=1;rounded=0;entryX=0;entryY=0.25;entryDx=0;entryDy=0;strokeWidth=2;strokeColor=#666666;flowAnimation=1;jumpStyle=arc;" edge="1" parent="1" target="0aRQkGjj-KWWZOeJOGup-9">
-           <mxGeometry width="50" height="50" relative="1" as="geometry">
-             <mxPoint x="365" y="215" as="sourcePoint" />
-             <mxPoint x="735" y="340" as="targetPoint" />
-             <Array as="points">
-               <mxPoint x="370" y="285" />
-             </Array>
-           </mxGeometry>
-         </mxCell>
-         <mxCell id="0aRQkGjj-KWWZOeJOGup-15" value="" style="endArrow=classic;html=1;rounded=0;entryX=-0.003;entryY=0.834;entryDx=0;entryDy=0;jumpStyle=arc;strokeWidth=2;strokeColor=#666666;flowAnimation=1;entryPerimeter=0;" edge="1" parent="1" target="0aRQkGjj-KWWZOeJOGup-9">
-           <mxGeometry width="50" height="50" relative="1" as="geometry">
-             <mxPoint x="210" y="320" as="sourcePoint" />
-             <mxPoint x="839.88" y="322.56" as="targetPoint" />
-           </mxGeometry>
        </mxCell>
      </root>
    </mxGraphModel>
  </diagram>
</mxfile>
